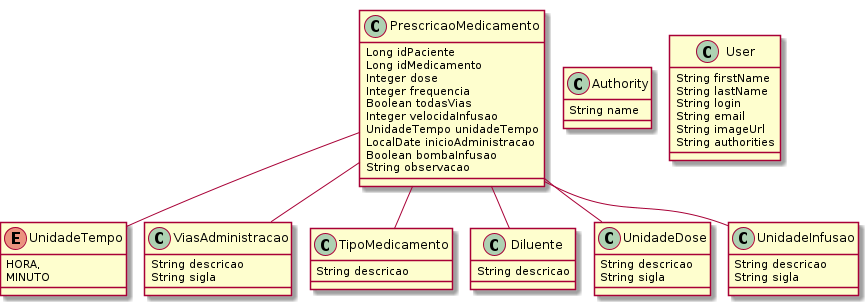
Above: prescricao/prescricao-medicamento.png in BasisTI/madre (PlantUML), before the change. Its diagram source:
```plantuml
@startuml
	!pragma graphviz_dot jdot
	!pragma syntax class
	class PrescricaoMedicamento  {
		Long idPaciente
		Long idMedicamento
		Integer dose
		Integer frequencia
		Boolean todasVias
		Integer velocidaInfusao
		UnidadeTempo unidadeTempo
		LocalDate inicioAdministracao
		Boolean bombaInfusao
		String observacao
	}
	PrescricaoMedicamento ..> UnidadeTempo
	class ViasAdministracao  {
		String descricao
		String sigla
	}
	class TipoMedicamento  {
		String descricao
	}
	class Diluente  {
		String descricao
	}
	class UnidadeDose  {
		String descricao
		String sigla
	}
	class UnidadeInfusao  {
		String descricao
		String sigla
	}
	enum UnidadeTempo {
		HORA,
		MINUTO
	}
	PrescricaoMedicamento  "viasAdministracao 0..1 " --o "0..* "  ViasAdministracao
	PrescricaoMedicamento  "tipoMedicamento 0..1 " --o "0..* "  TipoMedicamento
	PrescricaoMedicamento  "diluente 0..1 " --o "0..* "  Diluente
	PrescricaoMedicamento  "unidadeInfusao 0..1 " --o "0..* "  UnidadeInfusao
	PrescricaoMedicamento  "unidadeDose 0..1 " --o "0..* "  UnidadeDose
	class Authority  {
		String name
	}
	class User  {
		String firstName
		String lastName
		String login
		String email
		String imageUrl
		String authorities
	}
@enduml
```
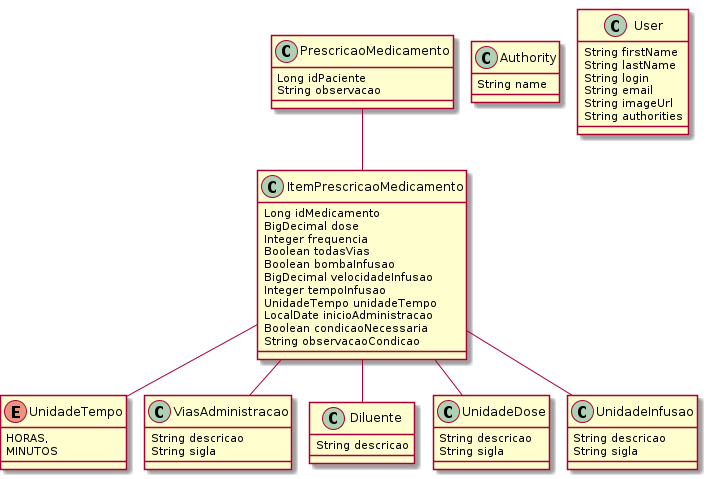
The same file after the commit.

Change to the diagram source:
```diff
@@ -3,23 +3,29 @@
 	!pragma syntax class
 	class PrescricaoMedicamento  {
 		Long idPaciente
+		String observacao
+	}
+	class ItemPrescricaoMedicamento  {
 		Long idMedicamento
-		Integer dose
+		BigDecimal dose
 		Integer frequencia
 		Boolean todasVias
-		Integer velocidaInfusao
+		Boolean bombaInfusao
+		BigDecimal velocidadeInfusao
+		Integer tempoInfusao
 		UnidadeTempo unidadeTempo
 		LocalDate inicioAdministracao
-		Boolean bombaInfusao
-		String observacao
+		Boolean condicaoNecessaria
+		String observacaoCondicao
 	}
-	PrescricaoMedicamento ..> UnidadeTempo
+	ItemPrescricaoMedicamento ..> UnidadeTempo
+	enum UnidadeTempo {
+		HORAS,
+		MINUTOS
+	}
 	class ViasAdministracao  {
 		String descricao
 		String sigla
-	}
-	class TipoMedicamento  {
-		String descricao
 	}
 	class Diluente  {
 		String descricao
@@ -32,15 +38,11 @@
 		String descricao
 		String sigla
 	}
-	enum UnidadeTempo {
-		HORA,
-		MINUTO
-	}
-	PrescricaoMedicamento  "viasAdministracao 0..1 " --o "0..* "  ViasAdministracao
-	PrescricaoMedicamento  "tipoMedicamento 0..1 " --o "0..* "  TipoMedicamento
-	PrescricaoMedicamento  "diluente 0..1 " --o "0..* "  Diluente
-	PrescricaoMedicamento  "unidadeInfusao 0..1 " --o "0..* "  UnidadeInfusao
-	PrescricaoMedicamento  "unidadeDose 0..1 " --o "0..* "  UnidadeDose
+	ItemPrescricaoMedicamento  "0..* " o-- "0..1 "  ViasAdministracao
+	ItemPrescricaoMedicamento  "0..* " o-- "0..1 "  Diluente
+	ItemPrescricaoMedicamento  "0..* " o-- "0..1 "  UnidadeInfusao
+	ItemPrescricaoMedicamento  "0..* " o-- "0..1 "  UnidadeDose
+	PrescricaoMedicamento  "0..1 " --o "0..* "  ItemPrescricaoMedicamento
 	class Authority  {
 		String name
 	}
```
